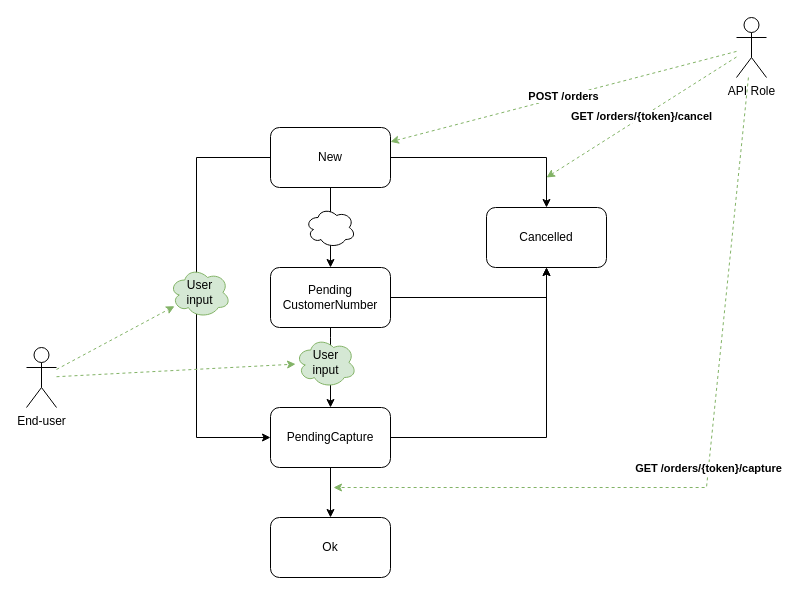
Before: page "Orderflow overview" (1 of 2) of Release notes/Images/CaptureDiagram.drawio in FarPay/ApiDoc, a draw.io diagram. Source tidied: cells renumbered, new cells numbered last; positions are measured from the earlier drawing's top-left corner, leaving out a move shared by most shapes. Both pictures are drawn from the tidied source at 100%, with x=0, y=0 at pixel (26, 17).
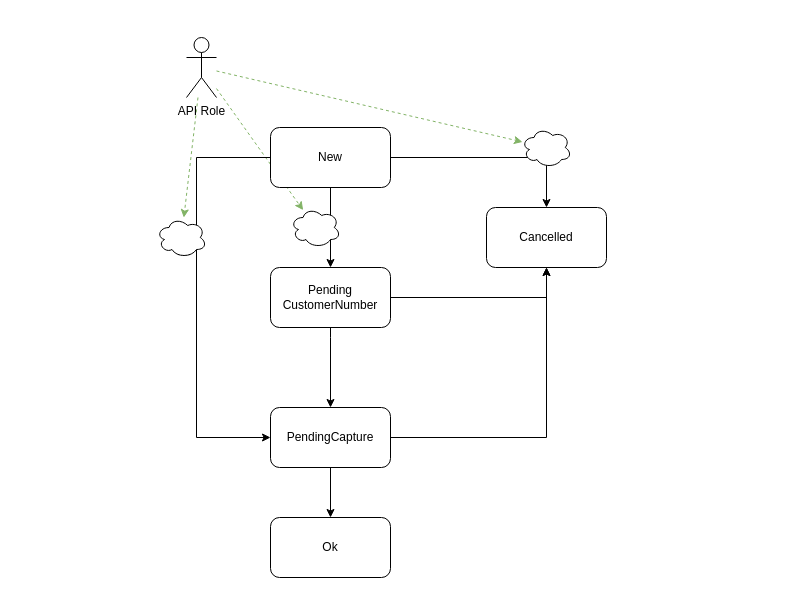
Above is the later version.

The change refers to these unchanged cells:
```xml
<mxCell id="6" value="New" style="rounded=1;whiteSpace=wrap;html=1;" parent="1" vertex="1">
  <mxGeometry x="244" y="110" width="120" height="60" as="geometry" />
</mxCell>
```

Change to the diagram source:
```diff
@@
+    <mxCell id="24" style="rounded=0;jettySize=auto;html=1;fillColor=#d5e8d4;strokeColor=#82b366;dashed=1;" parent="1" edge="1" source="16" target="26">
+      <mxGeometry relative="1" as="geometry" />
+    </mxCell>
+    <mxCell id="25" style="rounded=0;jettySize=auto;html=1;fillColor=#d5e8d4;strokeColor=#82b366;dashed=1;" parent="1" edge="1" source="16" target="14">
+      <mxGeometry relative="1" as="geometry" />
+    </mxCell>
-    <mxCell id="2" value="&lt;b&gt;GET /orders/{token}/cancel&lt;/b&gt;" style="rounded=0;jettySize=auto;html=1;fillColor=#d5e8d4;strokeColor=#82b366;dashed=1;" parent="1" edge="1" source="16">
-      <mxGeometry relative="1" as="geometry">
-        <mxPoint x="520" y="160" as="targetPoint" />
-      </mxGeometry>
+    <mxCell id="2" style="rounded=0;jettySize=auto;html=1;fillColor=#d5e8d4;strokeColor=#82b366;dashed=1;" parent="1" edge="1" source="16" target="27">
+      <mxGeometry relative="1" as="geometry" />
     </mxCell>
@@
+    <mxCell id="26" style="ellipse;shape=cloud;whiteSpace=wrap;html=1;" parent="1" vertex="1">
+      <mxGeometry x="130" y="200" width="50" height="40" as="geometry" />
+    </mxCell>
     <mxCell id="14" style="ellipse;shape=cloud;whiteSpace=wrap;html=1;" parent="1" vertex="1">
-      <mxGeometry x="279" y="190" width="50" height="40" as="geometry" />
+      <mxGeometry x="264" y="190" width="50" height="40" as="geometry" />
     </mxCell>
+    <mxCell id="27" style="ellipse;shape=cloud;whiteSpace=wrap;html=1;" parent="1" vertex="1">
+      <mxGeometry x="495" y="110" width="50" height="40" as="geometry" />
+    </mxCell>
@@
     <mxCell id="16" value="API Role" style="shape=umlActor;verticalLabelPosition=bottom;verticalAlign=top;html=1;outlineConnect=0;" parent="1" vertex="1">
-      <mxGeometry x="710" width="30" height="60" as="geometry" />
+      <mxGeometry x="160" y="20" width="30" height="60" as="geometry" />
     </mxCell>
-    <mxCell id="17" value="&lt;b&gt;POST /orders&lt;/b&gt;" style="rounded=0;jettySize=auto;html=1;fillColor=#d5e8d4;strokeColor=#82b366;dashed=1;" parent="1" edge="1" source="16" target="6">
-      <mxGeometry relative="1" as="geometry" />
-    </mxCell>
-    <mxCell id="18" value="End-user" style="shape=umlActor;verticalLabelPosition=bottom;verticalAlign=top;html=1;outlineConnect=0;" parent="1" vertex="1">
-      <mxGeometry y="330" width="30" height="60" as="geometry" />
-    </mxCell>
-    <mxCell id="19" value="User&lt;br&gt;input" style="ellipse;shape=cloud;whiteSpace=wrap;html=1;fillColor=#d5e8d4;strokeColor=#82b366;" parent="1" vertex="1">
-      <mxGeometry x="143" y="250" width="61" height="50" as="geometry" />
-    </mxCell>
-    <mxCell id="20" value="&lt;b&gt;GET /orders/{token}/capture&lt;/b&gt;" style="rounded=0;jettySize=auto;html=1;fillColor=#d5e8d4;strokeColor=#82b366;dashed=1;" parent="1" edge="1" source="16">
-      <mxGeometry relative="1" as="geometry">
-        <mxPoint x="307" y="470" as="targetPoint" />
-        <Array as="points">
-          <mxPoint x="680" y="470" />
-        </Array>
-      </mxGeometry>
-    </mxCell>
-    <mxCell id="21" value="User&lt;br&gt;input" style="ellipse;shape=cloud;whiteSpace=wrap;html=1;fillColor=#d5e8d4;strokeColor=#82b366;" parent="1" vertex="1">
-      <mxGeometry x="269" y="320" width="61" height="50" as="geometry" />
-    </mxCell>
-    <mxCell id="22" style="rounded=0;jettySize=auto;html=1;fillColor=#d5e8d4;strokeColor=#82b366;dashed=1;" parent="1" edge="1" source="18" target="19">
-      <mxGeometry relative="1" as="geometry" />
-    </mxCell>
-    <mxCell id="23" style="rounded=0;jettySize=auto;html=1;fillColor=#d5e8d4;strokeColor=#82b366;dashed=1;" parent="1" edge="1" source="18" target="21">
-      <mxGeometry relative="1" as="geometry" />
-    </mxCell>
```
